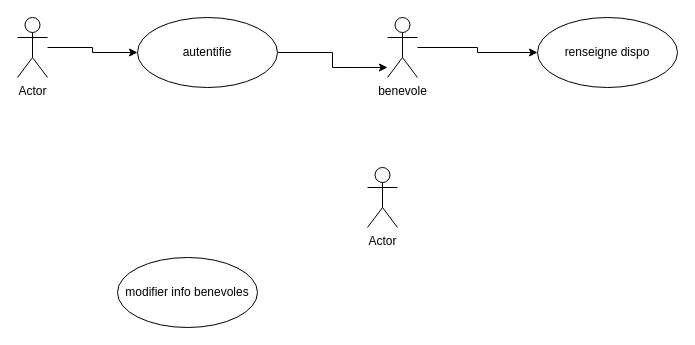
Earlier version of the draw.io diagram documentation/Untitled Diagram.drawio (EvanEb/projet3). Source tidied: cells renumbered, new cells numbered last; positions are measured from the earlier drawing's top-left corner, leaving out a move shared by most shapes. Both pictures are drawn from the tidied source at 100%, with x=0, y=0 at pixel (17, 17).
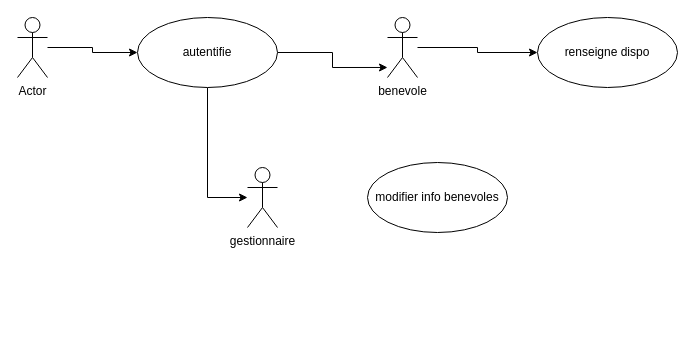
The same page after the edit.

What changed in the source:
```diff
@@
 <mxGraphModel>
   <root>
     <mxCell id="0" />
     <mxCell id="1" parent="0" />
     <mxCell id="2" style="edgeStyle=orthogonalEdgeStyle;rounded=0;jettySize=auto;html=1;entryX=0;entryY=0.5;entryDx=0;entryDy=0;" parent="1" edge="1" source="3" target="5">
       <mxGeometry relative="1" as="geometry" />
     </mxCell>
     <mxCell id="3" value="Actor" style="shape=umlActor;verticalLabelPosition=bottom;verticalAlign=top;html=1;" parent="1" vertex="1">
       <mxGeometry width="30" height="60" as="geometry" />
     </mxCell>
     <mxCell id="4" style="edgeStyle=orthogonalEdgeStyle;rounded=0;jettySize=auto;html=1;entryX=0;entryY=0.833;entryDx=0;entryDy=0;entryPerimeter=0;" parent="1" edge="1" source="5" target="7">
       <mxGeometry relative="1" as="geometry" />
     </mxCell>
+    <mxCell id="11" style="edgeStyle=orthogonalEdgeStyle;rounded=0;jettySize=auto;html=1;" parent="1" edge="1" source="5" target="10">
+      <mxGeometry relative="1" as="geometry">
+        <Array as="points">
+          <mxPoint x="190" y="180" />
+        </Array>
+      </mxGeometry>
+    </mxCell>
     <mxCell id="5" value="autentifie" style="ellipse;whiteSpace=wrap;html=1;" parent="1" vertex="1">
       <mxGeometry x="120" width="140" height="70" as="geometry" />
     </mxCell>
     <mxCell id="6" style="edgeStyle=orthogonalEdgeStyle;rounded=0;jettySize=auto;html=1;entryX=0;entryY=0.5;entryDx=0;entryDy=0;" parent="1" edge="1" source="7" target="8">
       <mxGeometry relative="1" as="geometry" />
     </mxCell>
     <mxCell id="7" value="benevole" style="shape=umlActor;verticalLabelPosition=bottom;verticalAlign=top;html=1;" parent="1" vertex="1">
       <mxGeometry x="370" width="30" height="60" as="geometry" />
     </mxCell>
     <mxCell id="8" value="renseigne dispo" style="ellipse;whiteSpace=wrap;html=1;" parent="1" vertex="1">
       <mxGeometry x="520" width="140" height="70" as="geometry" />
     </mxCell>
     <mxCell id="9" value="modifier info benevoles" style="ellipse;whiteSpace=wrap;html=1;" parent="1" vertex="1">
-      <mxGeometry x="100" y="240" width="140" height="70" as="geometry" />
+      <mxGeometry x="350" y="145" width="140" height="70" as="geometry" />
     </mxCell>
-    <mxCell id="10" value="Actor" style="shape=umlActor;verticalLabelPosition=bottom;verticalAlign=top;html=1;outlineConnect=0;" parent="1" vertex="1">
-      <mxGeometry x="350" y="150" width="30" height="60" as="geometry" />
+    <mxCell id="10" value="gestionnaire&lt;br&gt;" style="shape=umlActor;verticalLabelPosition=bottom;verticalAlign=top;html=1;outlineConnect=0;" parent="1" vertex="1">
+      <mxGeometry x="230" y="150" width="30" height="60" as="geometry" />
     </mxCell>
   </root>
 </mxGraphModel>
```
